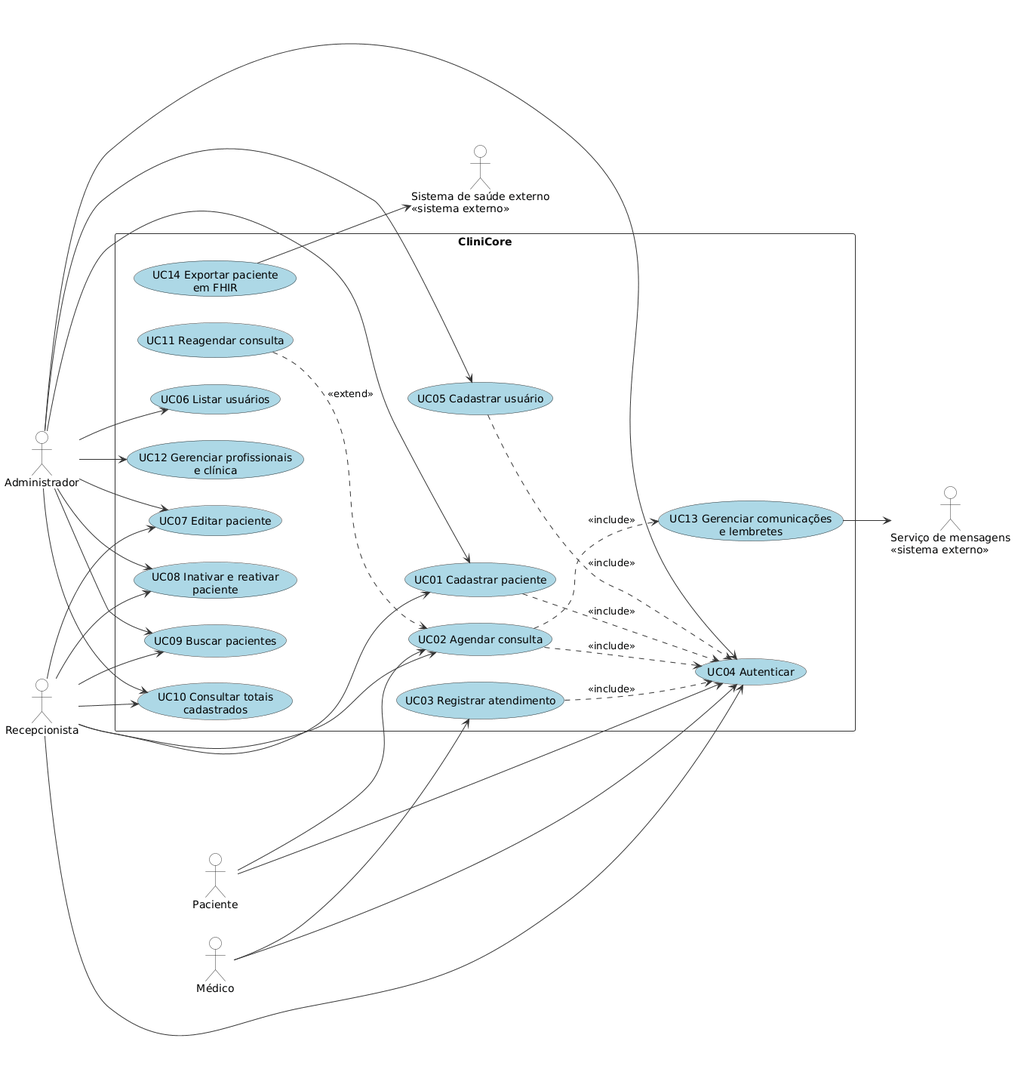
This is docs/relatorio/images/diagrama-casos-de-uso.png from beatrizmontenegro07/projeto-metodos, a PlantUML export, as it was before one commit. Source of this version:
```plantuml
@startuml diagrama-casos-de-uso
left to right direction

skinparam usecase {
    BackgroundColor LightBlue
    BorderColor #333333
    ArrowColor #333333
}
skinparam actor {
    BorderColor #333333
    BackgroundColor White
}
skinparam rectangle {
    BorderColor #333333
}

actor Administrador
actor Recepcionista
actor "Médico" as Medico
actor Paciente
actor "Serviço de mensagens\n<<sistema externo>>" as Mensagens
actor "Sistema de saúde externo\n<<sistema externo>>" as SistemaExterno

rectangle CliniCore {
  usecase "UC04 Autenticar" as UC04
  usecase "UC05 Cadastrar usuário" as UC05
  usecase "UC06 Listar usuários" as UC06
  usecase "UC12 Gerenciar profissionais\ne clínica" as UC12
  usecase "UC01 Cadastrar paciente" as UC01
  usecase "UC07 Editar paciente" as UC07
  usecase "UC08 Inativar e reativar\npaciente" as UC08
  usecase "UC09 Buscar pacientes" as UC09
  usecase "UC10 Consultar totais\ncadastrados" as UC10
  usecase "UC02 Agendar consulta" as UC02
  usecase "UC11 Reagendar consulta" as UC11
  usecase "UC13 Gerenciar comunicações\ne lembretes" as UC13
  usecase "UC03 Registrar atendimento" as UC03
  usecase "UC14 Exportar paciente\nem FHIR" as UC14
}

Administrador --> UC05
Administrador --> UC06
Administrador --> UC12
Administrador --> UC01
Administrador --> UC07
Administrador --> UC08
Administrador --> UC09
Administrador --> UC10
Recepcionista --> UC01
Recepcionista --> UC07
Recepcionista --> UC08
Recepcionista --> UC09
Recepcionista --> UC10
Recepcionista --> UC02
Paciente --> UC02
Medico --> UC03
Administrador --> UC04
Recepcionista --> UC04
Medico --> UC04
Paciente --> UC04

UC11 ..> UC02 : <<extend>>
UC02 ..> UC13 : <<include>>
UC13 --> Mensagens
UC14 --> SistemaExterno

UC01 ..> UC04 : <<include>>
UC05 ..> UC04 : <<include>>
UC02 ..> UC04 : <<include>>
UC03 ..> UC04 : <<include>>
@enduml
```
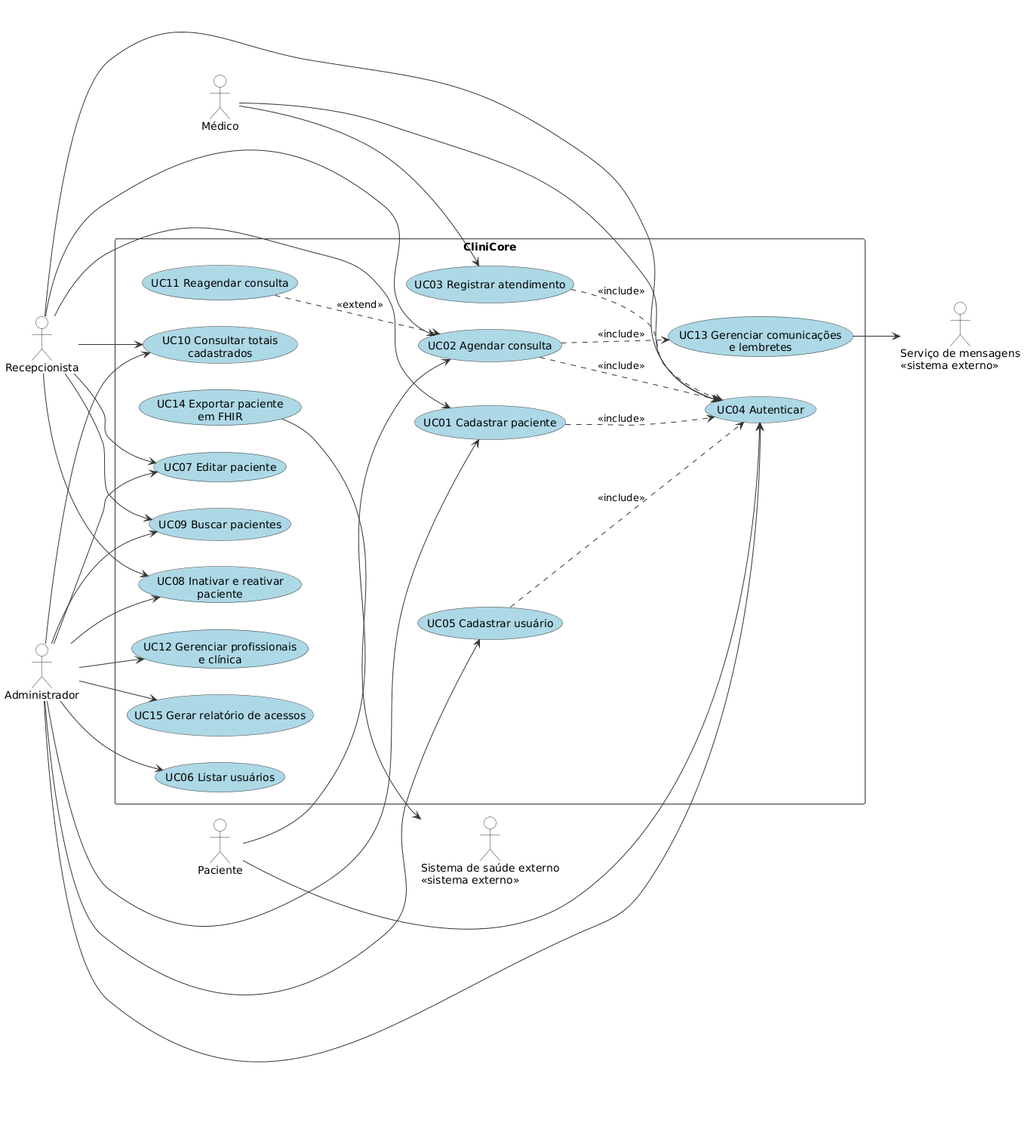
Above is the later version.

Commit message:
docs(reports): align adapter ADR and use case diagrams

The edit, as a diff of the source:
```diff
@@ -35,9 +35,11 @@
   usecase "UC11 Reagendar consulta" as UC11
   usecase "UC13 Gerenciar comunicações\ne lembretes" as UC13
   usecase "UC03 Registrar atendimento" as UC03
+  usecase "UC15 Gerar relatório de acessos" as UC15
   usecase "UC14 Exportar paciente\nem FHIR" as UC14
 }
 
+Administrador --> UC15
 Administrador --> UC05
 Administrador --> UC06
 Administrador --> UC12
```
